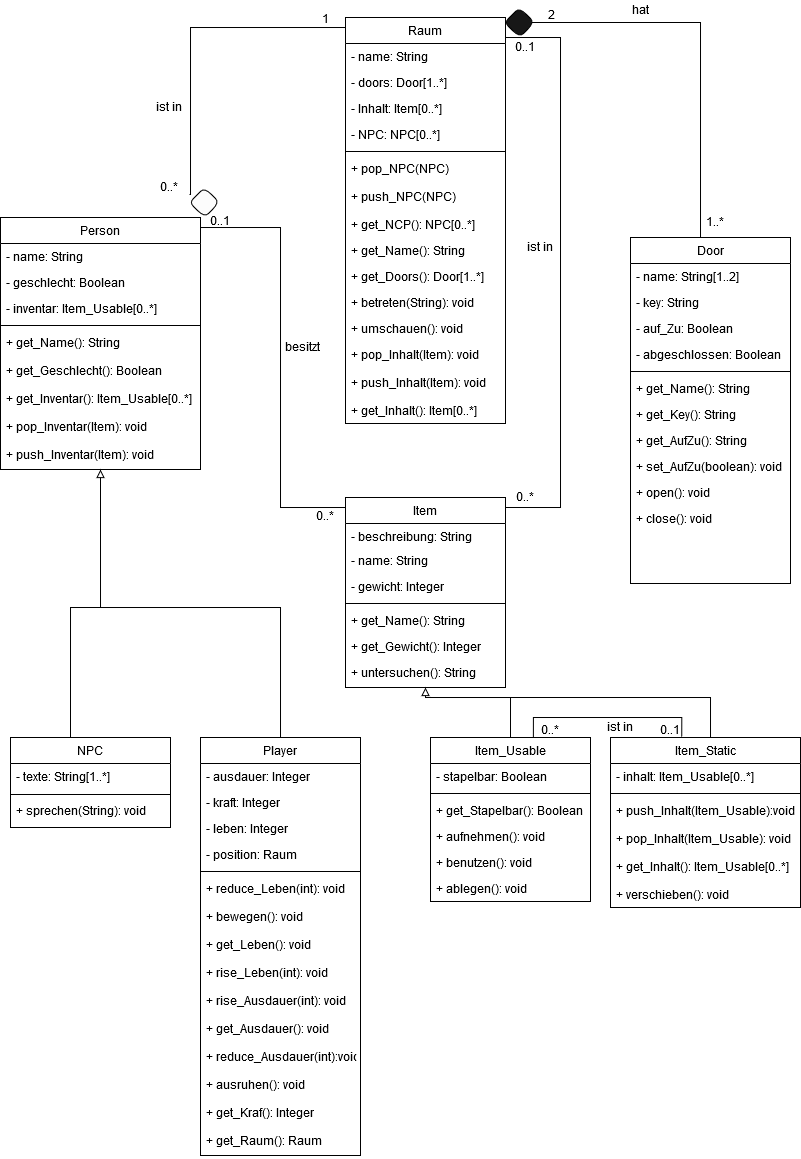
Above: Klassendiagram.png in Elegond/AE-Text-Adventure (draw.io), before the change. Source tidied: cells renumbered, new cells last; positions are measured from the earlier drawing's top-left corner, leaving out a move shared by most shapes.
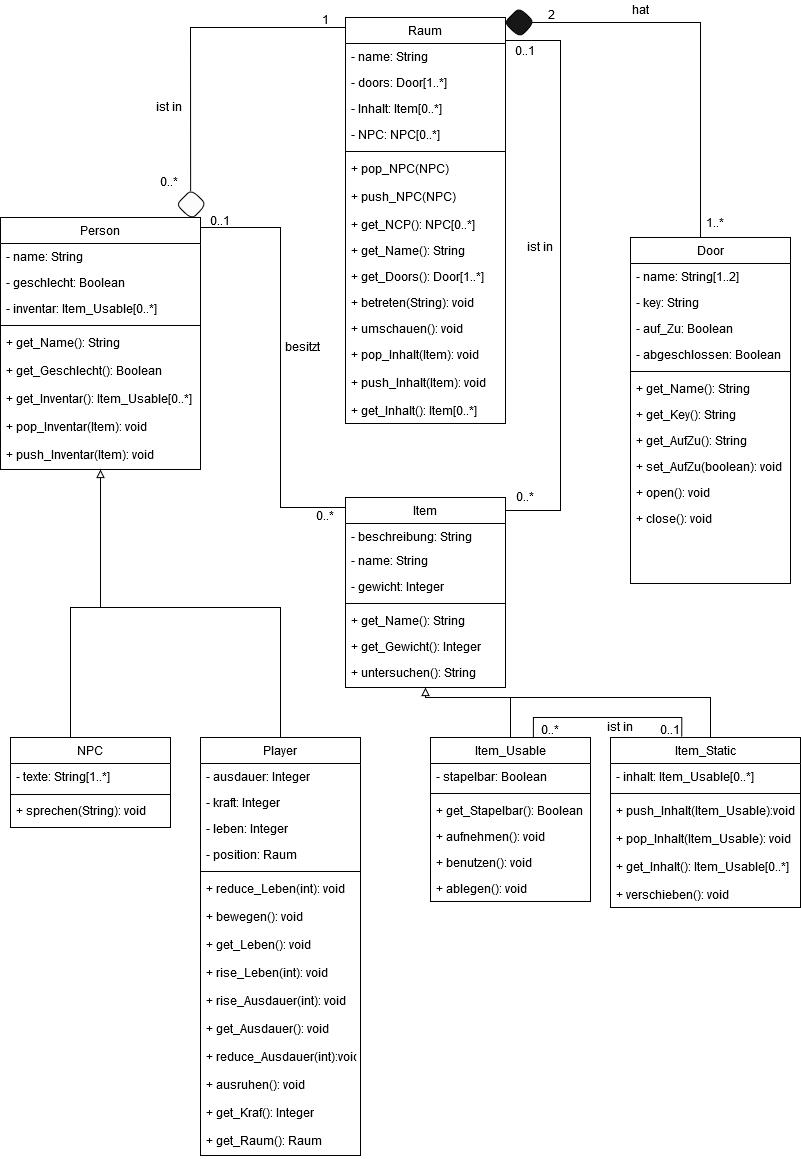
After the commit.

Diff of the diagram source:
```diff
@@ -2,10 +2,10 @@
   <root>
     <mxCell id="0" />
     <mxCell id="1" parent="0" />
-    <mxCell id="2" style="edgeStyle=orthogonalEdgeStyle;rounded=0;jettySize=auto;html=1;exitX=1;exitY=1;exitDx=0;exitDy=0;entryX=0;entryY=0;entryDx=0;entryDy=0;endArrow=none;endFill=0;" parent="1" edge="1" source="74" target="13">
+    <mxCell id="2" style="edgeStyle=orthogonalEdgeStyle;rounded=0;jettySize=auto;html=1;exitX=0.471;exitY=0.062;exitDx=0;exitDy=0;entryX=0;entryY=0;entryDx=0;entryDy=0;endArrow=none;endFill=0;exitPerimeter=0;" parent="1" edge="1" source="107" target="13">
       <mxGeometry relative="1" as="geometry">
         <Array as="points">
-          <mxPoint x="190" y="194" />
+          <mxPoint x="190" y="177" />
           <mxPoint x="190" y="27" />
           <mxPoint x="345" y="27" />
         </Array>
@@ -130,12 +130,13 @@
         </Array>
       </mxGeometry>
     </mxCell>
-    <mxCell id="39" style="edgeStyle=orthogonalEdgeStyle;rounded=0;jettySize=auto;html=1;endArrow=none;endFill=0;" parent="1" edge="1" target="13">
+    <mxCell id="39" style="edgeStyle=orthogonalEdgeStyle;rounded=0;orthogonalLoop=1;jettySize=auto;html=1;endArrow=none;endFill=0;" parent="1" edge="1">
       <mxGeometry relative="1" as="geometry">
-        <mxPoint x="505" y="507" as="sourcePoint" />
+        <mxPoint x="505" y="510" as="sourcePoint" />
+        <mxPoint x="505" y="40" as="targetPoint" />
         <Array as="points">
-          <mxPoint x="560" y="507" />
-          <mxPoint x="560" y="37" />
+          <mxPoint x="560" y="510" />
+          <mxPoint x="560" y="40" />
         </Array>
       </mxGeometry>
     </mxCell>
@@ -234,7 +235,7 @@
       <mxGeometry y="268" width="160" height="26" as="geometry" />
     </mxCell>
     <mxCell id="68" value="0..1" style="text;html=1;strokeColor=none;fillColor=none;align=center;verticalAlign=middle;whiteSpace=wrap;rounded=0;" parent="1" vertex="1">
-      <mxGeometry x="505" y="37" width="40" height="17" as="geometry" />
+      <mxGeometry x="505" y="41" width="40" height="17" as="geometry" />
     </mxCell>
     <mxCell id="69" value="2" style="text;html=1;strokeColor=none;fillColor=none;align=center;verticalAlign=middle;whiteSpace=wrap;rounded=0;" parent="1" vertex="1">
       <mxGeometry x="531" y="5" width="40" height="17" as="geometry" />
@@ -252,7 +253,7 @@
       <mxGeometry x="305" y="10" width="40" height="17" as="geometry" />
     </mxCell>
     <mxCell id="74" value="0..*" style="text;html=1;strokeColor=none;fillColor=none;align=center;verticalAlign=middle;whiteSpace=wrap;rounded=0;" parent="1" vertex="1">
-      <mxGeometry x="149" y="177" width="40" height="17" as="geometry" />
+      <mxGeometry x="149" y="172" width="40" height="17" as="geometry" />
     </mxCell>
     <mxCell id="75" value="ist in" style="text;html=1;strokeColor=none;fillColor=none;align=center;verticalAlign=middle;whiteSpace=wrap;rounded=0;" parent="1" vertex="1">
       <mxGeometry x="520" y="237" width="40" height="17" as="geometry" />
@@ -366,7 +367,7 @@
       <mxGeometry x="504" y="7" width="30" height="30" as="geometry" />
     </mxCell>
     <mxCell id="107" style="rhombus;whiteSpace=wrap;html=1;rounded=1;fillColor=#FCFCFC;" parent="1" vertex="1">
-      <mxGeometry x="189" y="187" width="30" height="30" as="geometry" />
+      <mxGeometry x="176" y="189" width="30" height="30" as="geometry" />
     </mxCell>
   </root>
 </mxGraphModel>
```
